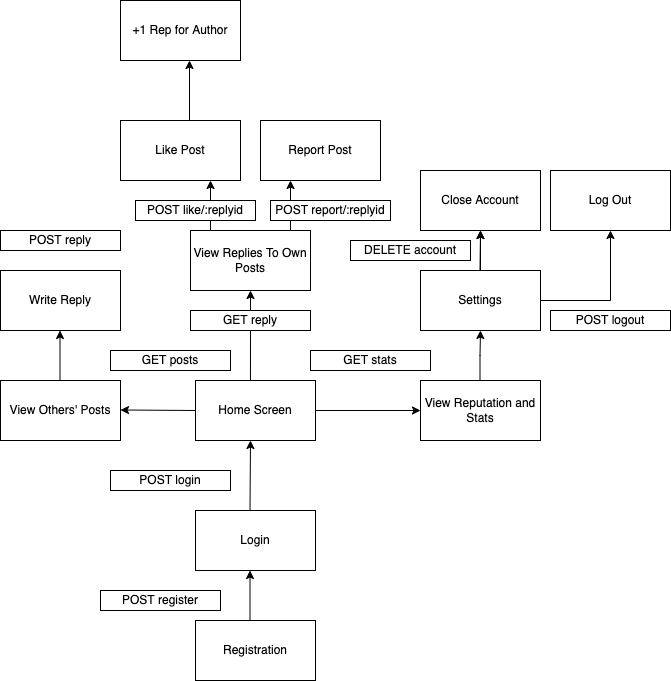
derekdkim/write-something-nice-api keeps this draw.io diagram as docs/sitemap.png. Above is the earlier version. Source tidied: cells renumbered, new cells last; positions are measured from the earlier drawing's top-left corner, leaving out a move shared by most shapes.
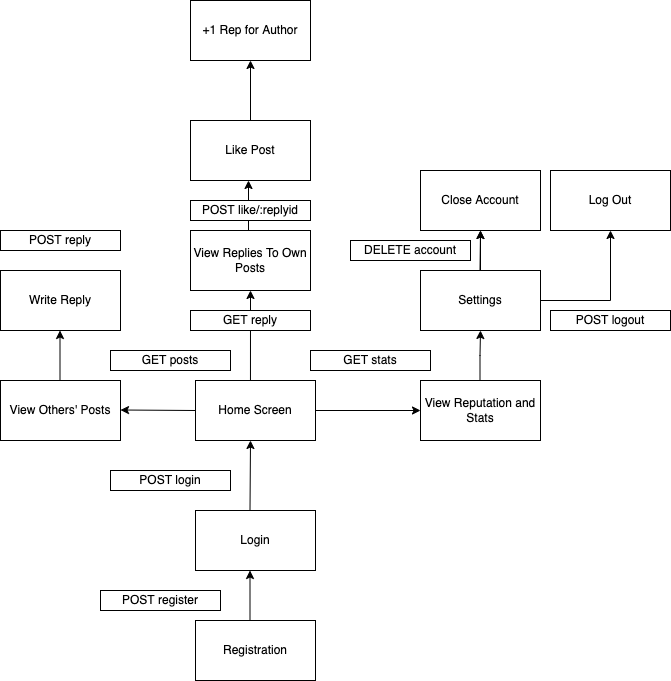
After the commit.

Change to the diagram source:
```diff
@@ -21,16 +21,13 @@
       <mxGeometry x="190" y="230" width="120" height="60" as="geometry" />
     </mxCell>
     <mxCell id="8" value="Like Post" style="rounded=0;whiteSpace=wrap;html=1;" parent="1" vertex="1">
-      <mxGeometry x="120" y="120" width="120" height="60" as="geometry" />
+      <mxGeometry x="190" y="120" width="120" height="60" as="geometry" />
     </mxCell>
-    <mxCell id="9" value="Report Post" style="rounded=0;whiteSpace=wrap;html=1;" parent="1" vertex="1">
-      <mxGeometry x="260" y="120" width="120" height="60" as="geometry" />
-    </mxCell>
     <mxCell id="10" value="View Reputation and Stats" style="rounded=0;whiteSpace=wrap;html=1;" parent="1" vertex="1">
       <mxGeometry x="420" y="380" width="120" height="60" as="geometry" />
     </mxCell>
     <mxCell id="11" value="+1 Rep for Author" style="rounded=0;whiteSpace=wrap;html=1;" parent="1" vertex="1">
-      <mxGeometry x="120" width="120" height="60" as="geometry" />
+      <mxGeometry x="190" width="120" height="60" as="geometry" />
     </mxCell>
     <mxCell id="12" value="Log Out" style="rounded=0;whiteSpace=wrap;html=1;" parent="1" vertex="1">
       <mxGeometry x="550" y="170" width="120" height="60" as="geometry" />
@@ -61,21 +58,14 @@
     <mxCell id="18" style="endArrow=classic;html=1;rounded=0;entryX=0;entryY=0.5;entryDx=0;entryDy=0;exitX=1;exitY=0.5;exitDx=0;exitDy=0;" parent="1" edge="1" source="4" target="10">
       <mxGeometry relative="1" as="geometry" />
     </mxCell>
-    <mxCell id="19" style="endArrow=classic;html=1;rounded=0;entryX=0.75;entryY=1;entryDx=0;entryDy=0;" parent="1" edge="1" target="8">
+    <mxCell id="19" style="endArrow=classic;html=1;rounded=0;entryX=0.75;entryY=1;entryDx=0;entryDy=0;" parent="1" edge="1">
       <mxGeometry relative="1" as="geometry">
-        <mxPoint x="210" y="230" as="sourcePoint" />
+        <mxPoint x="248" y="230" as="sourcePoint" />
+        <mxPoint x="248" y="180" as="targetPoint" />
       </mxGeometry>
     </mxCell>
-    <mxCell id="20" style="endArrow=classic;html=1;rounded=0;entryX=0.75;entryY=1;entryDx=0;entryDy=0;" parent="1" edge="1">
-      <mxGeometry relative="1" as="geometry">
-        <mxPoint x="290" y="230" as="sourcePoint" />
-        <mxPoint x="290" y="180" as="targetPoint" />
-      </mxGeometry>
-    </mxCell>
-    <mxCell id="21" style="endArrow=classic;html=1;rounded=0;entryX=0.75;entryY=1;entryDx=0;entryDy=0;exitX=0.575;exitY=0;exitDx=0;exitDy=0;exitPerimeter=0;" parent="1" edge="1" source="8">
-      <mxGeometry relative="1" as="geometry">
-        <mxPoint x="189" y="60" as="targetPoint" />
-      </mxGeometry>
+    <mxCell id="21" style="endArrow=classic;html=1;rounded=0;entryX=0.5;entryY=1;entryDx=0;entryDy=0;exitX=0.5;exitY=0;exitDx=0;exitDy=0;" parent="1" edge="1" source="8" target="11">
+      <mxGeometry relative="1" as="geometry" />
     </mxCell>
     <mxCell id="22" style="endArrow=classic;html=1;rounded=0;entryX=0.75;entryY=1;entryDx=0;entryDy=0;" parent="1" edge="1">
       <mxGeometry relative="1" as="geometry">
@@ -130,11 +120,8 @@
       <mxGeometry x="550" y="310" width="120" height="20" as="geometry" />
     </mxCell>
     <mxCell id="35" value="POST like/:replyid" style="rounded=0;whiteSpace=wrap;html=1;" parent="1" vertex="1">
-      <mxGeometry x="135" y="200" width="120" height="20" as="geometry" />
+      <mxGeometry x="190" y="200" width="120" height="20" as="geometry" />
     </mxCell>
-    <mxCell id="36" value="POST report/:replyid" style="rounded=0;whiteSpace=wrap;html=1;" parent="1" vertex="1">
-      <mxGeometry x="270" y="200" width="120" height="20" as="geometry" />
-    </mxCell>
     <mxCell id="37" value="GET reply" style="rounded=0;whiteSpace=wrap;html=1;" parent="1" vertex="1">
       <mxGeometry x="190" y="310" width="120" height="20" as="geometry" />
     </mxCell>
```
